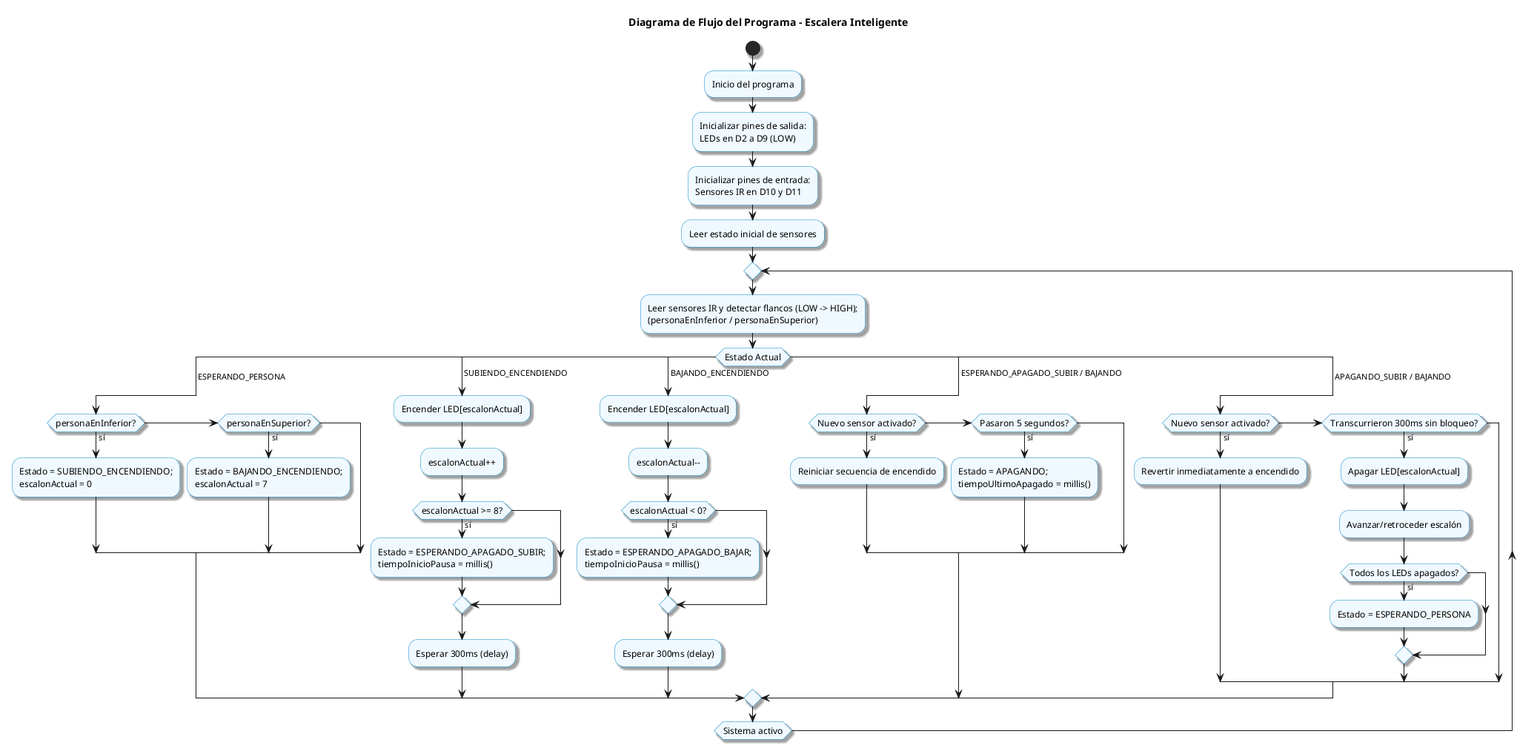
Above: docs/imagenes/diagrama-flujo.png in Stirven0/Lus-Escaleras-Arduino (PlantUML), before the change.
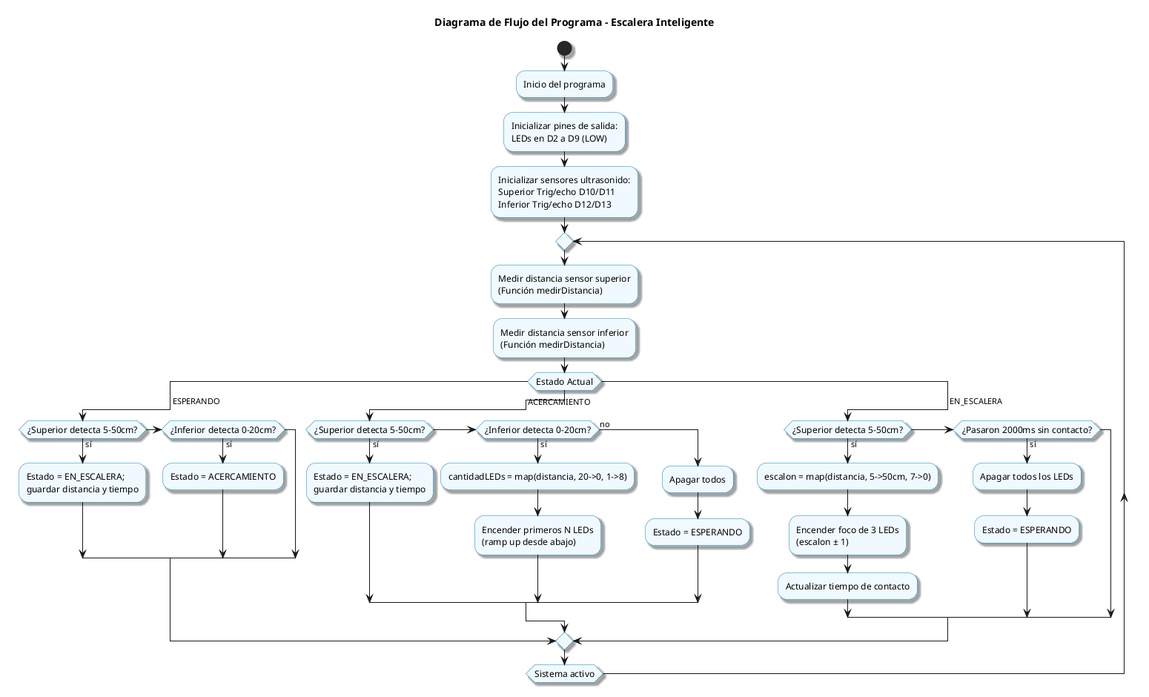
After the commit.

The edit, as a diff of the source:
```diff
@@ -15,53 +15,39 @@
 
 :Inicializar pines de salida:\nLEDs en D2 a D9 (LOW);
 
-:Inicializar pines de entrada:\nSensores IR en D10 y D11;
-
-:Leer estado inicial de sensores;
+:Inicializar sensores ultrasonido:\nSuperior Trig/echo D10/D11\nInferior Trig/echo D12/D13;
 
 repeat
-  :Leer sensores IR y detectar flancos (LOW -> HIGH);\n(personaEnInferior / personaEnSuperior);
+  :Medir distancia sensor superior\n(Función medirDistancia);
+  :Medir distancia sensor inferior\n(Función medirDistancia);
 
   switch (Estado Actual)
-  case ( ESPERANDO_PERSONA )
-    if (personaEnInferior?) then (sí)
-      :Estado = SUBIENDO_ENCENDIENDO;\nescalonActual = 0;
-    elseif (personaEnSuperior?) then (sí)
-      :Estado = BAJANDO_ENCENDIENDO;\nescalonActual = 7;
+  case ( ESPERANDO )
+    if (¿Superior detecta 5-50cm?) then (sí)
+      :Estado = EN_ESCALERA;\nguardar distancia y tiempo;
+    elseif (¿Inferior detecta 0-20cm?) then (sí)
+      :Estado = ACERCAMIENTO;
     endif
 
-  case ( SUBIENDO_ENCENDIENDO )
-    :Encender LED[escalonActual];
-    :escalonActual++;
-    if (escalonActual >= 8?) then (sí)
-      :Estado = ESPERANDO_APAGADO_SUBIR;\ntiempoInicioPausa = millis();
-    endif
-    :Esperar 300ms (delay);
-
-  case ( BAJANDO_ENCENDIENDO )
-    :Encender LED[escalonActual];
-    :escalonActual--;
-    if (escalonActual < 0?) then (sí)
-      :Estado = ESPERANDO_APAGADO_BAJAR;\ntiempoInicioPausa = millis();
-    endif
-    :Esperar 300ms (delay);
-
-  case ( ESPERANDO_APAGADO_SUBIR / BAJANDO )
-    if (Nuevo sensor activado?) then (sí)
-      :Reiniciar secuencia de encendido;
-    elseif (Pasaron 5 segundos?) then (sí)
-      :Estado = APAGANDO;\ntiempoUltimoApagado = millis();
+  case ( ACERCAMIENTO )
+    if (¿Superior detecta 5-50cm?) then (sí)
+      :Estado = EN_ESCALERA;\nguardar distancia y tiempo;
+    elseif (¿Inferior detecta 0-20cm?) then (sí)
+      :cantidadLEDs = map(distancia, 20->0, 1->8);
+      :Encender primeros N LEDs\n(ramp up desde abajo);
+    else (no)
+      :Apagar todos;
+      :Estado = ESPERANDO;
     endif
 
-  case ( APAGANDO_SUBIR / BAJANDO )
-    if (Nuevo sensor activado?) then (sí)
-      :Revertir inmediatamente a encendido;
-    elseif (Transcurrieron 300ms sin bloqueo?) then (sí)
-      :Apagar LED[escalonActual];
-      :Avanzar/retroceder escalón;
-      if (Todos los LEDs apagados?) then (sí)
-        :Estado = ESPERANDO_PERSONA;
-      endif
+  case ( EN_ESCALERA )
+    if (¿Superior detecta 5-50cm?) then (sí)
+      :escalon = map(distancia, 5->50cm, 7->0);
+      :Encender foco de 3 LEDs\n(escalon ± 1);
+      :Actualizar tiempo de contacto;
+    elseif (¿Pasaron 2000ms sin contacto?) then (sí)
+      :Apagar todos los LEDs;
+      :Estado = ESPERANDO;
     endif
   endswitch
 
```
